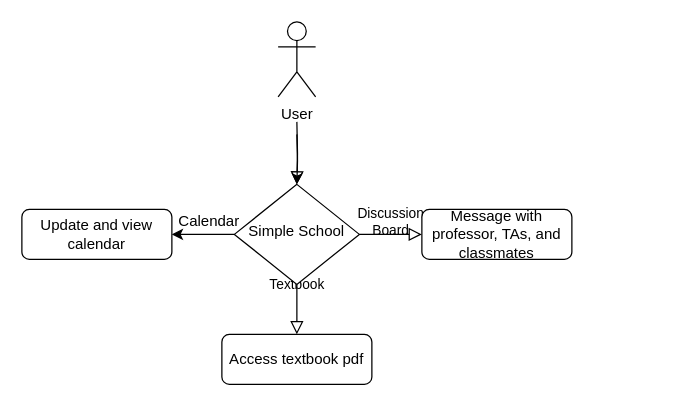
The draw.io diagram Design_Diagrams/SimpleSchoolHighLevelDiagram.drawio in vincentleone/SimpleSchool, before the edit. Source tidied: cells renumbered, new cells numbered last; positions are measured from the earlier drawing's top-left corner, leaving out a move shared by most shapes. Both pictures are drawn from the tidied source at 125%, with x=0, y=0 at pixel (21, 21).
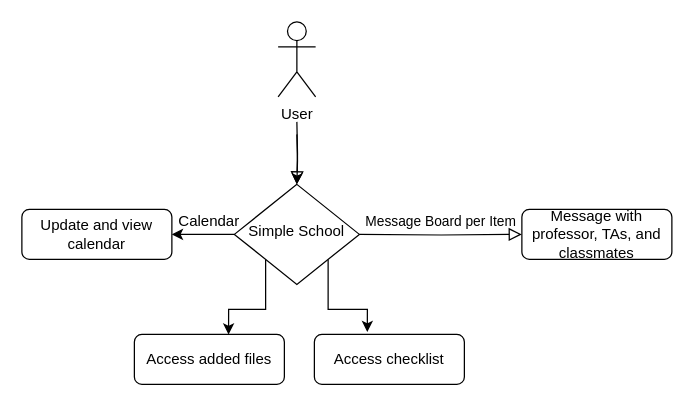
Above is the later version.

Diff of the diagram source:
```diff
@@
 <mxGraphModel>
   <root>
     <mxCell id="0" />
     <mxCell id="1" parent="0" />
-    <mxCell id="2" value="Discussion &lt;br&gt;Board" style="edgeStyle=orthogonalEdgeStyle;rounded=0;html=1;jettySize=auto;orthogonalLoop=1;fontSize=11;endArrow=block;endFill=0;endSize=8;strokeWidth=1;shadow=0;labelBackgroundColor=none;" parent="1" edge="1">
+    <mxCell id="2" value="Message Board per Item" style="edgeStyle=orthogonalEdgeStyle;rounded=0;html=1;jettySize=auto;fontSize=11;endArrow=block;endFill=0;endSize=8;strokeWidth=1;shadow=0;labelBackgroundColor=none;entryX=0;entryY=0.5;entryDx=0;entryDy=0;" parent="1" edge="1" target="7">
       <mxGeometry y="10" relative="1" as="geometry">
         <mxPoint x="270" y="170" as="sourcePoint" />
-        <mxPoint x="320" y="170" as="targetPoint" />
       </mxGeometry>
     </mxCell>
     <mxCell id="3" style="rounded=0;html=1;jettySize=auto;fontSize=11;endArrow=block;endFill=0;endSize=8;strokeWidth=1;shadow=0;labelBackgroundColor=none;edgeStyle=orthogonalEdgeStyle;" parent="1" edge="1" target="6">
       <mxGeometry relative="1" as="geometry">
         <mxPoint x="220" y="80" as="sourcePoint" />
       </mxGeometry>
     </mxCell>
-    <mxCell id="4" value="Textbook" style="rounded=0;html=1;jettySize=auto;fontSize=11;endArrow=block;endFill=0;endSize=8;strokeWidth=1;shadow=0;labelBackgroundColor=none;edgeStyle=orthogonalEdgeStyle;" parent="1" edge="1" source="6">
-      <mxGeometry y="20" relative="1" as="geometry">
-        <mxPoint x="220" y="250" as="targetPoint" />
-      </mxGeometry>
-    </mxCell>
     <mxCell id="5" style="edgeStyle=orthogonalEdgeStyle;rounded=0;jettySize=auto;html=1;" parent="1" edge="1" source="6" target="11">
       <mxGeometry relative="1" as="geometry" />
     </mxCell>
+    <mxCell id="13" style="edgeStyle=orthogonalEdgeStyle;rounded=0;jettySize=auto;html=1;exitX=0;exitY=1;exitDx=0;exitDy=0;entryX=0.628;entryY=0.003;entryDx=0;entryDy=0;entryPerimeter=0;" parent="1" edge="1" source="6" target="8">
+      <mxGeometry relative="1" as="geometry" />
+    </mxCell>
+    <mxCell id="14" style="edgeStyle=orthogonalEdgeStyle;rounded=0;jettySize=auto;html=1;exitX=1;exitY=1;exitDx=0;exitDy=0;entryX=0.353;entryY=-0.047;entryDx=0;entryDy=0;entryPerimeter=0;" parent="1" edge="1" source="6" target="15">
+      <mxGeometry relative="1" as="geometry" />
+    </mxCell>
     <mxCell id="6" value="Simple School" style="rhombus;whiteSpace=wrap;html=1;shadow=0;fontFamily=Helvetica;fontSize=12;align=center;strokeWidth=1;spacing=6;spacingTop=-4;" parent="1" vertex="1">
       <mxGeometry x="170" y="130" width="100" height="80" as="geometry" />
     </mxCell>
     <mxCell id="7" value="Message with professor, TAs, and classmates" style="rounded=1;whiteSpace=wrap;html=1;fontSize=12;glass=0;strokeWidth=1;shadow=0;" parent="1" vertex="1">
-      <mxGeometry x="320" y="150" width="120" height="40" as="geometry" />
+      <mxGeometry x="400" y="150" width="120" height="40" as="geometry" />
     </mxCell>
-    <mxCell id="8" value="Access textbook pdf" style="rounded=1;whiteSpace=wrap;html=1;fontSize=12;glass=0;strokeWidth=1;shadow=0;" parent="1" vertex="1">
-      <mxGeometry x="160" y="250" width="120" height="40" as="geometry" />
+    <mxCell id="8" value="Access added files" style="rounded=1;whiteSpace=wrap;html=1;fontSize=12;glass=0;strokeWidth=1;shadow=0;" parent="1" vertex="1">
+      <mxGeometry x="90" y="250" width="120" height="40" as="geometry" />
     </mxCell>
     <mxCell id="9" style="edgeStyle=orthogonalEdgeStyle;rounded=0;jettySize=auto;html=1;" parent="1" edge="1" target="6">
       <mxGeometry relative="1" as="geometry">
         <mxPoint x="220" y="90" as="sourcePoint" />
       </mxGeometry>
     </mxCell>
     <mxCell id="10" value="User" style="shape=umlActor;verticalLabelPosition=bottom;verticalAlign=top;html=1;" parent="1" vertex="1">
       <mxGeometry x="205" width="30" height="60" as="geometry" />
     </mxCell>
     <mxCell id="11" value="Update and view calendar" style="rounded=1;whiteSpace=wrap;html=1;fontSize=12;glass=0;strokeWidth=1;shadow=0;" parent="1" vertex="1">
       <mxGeometry y="150" width="120" height="40" as="geometry" />
     </mxCell>
     <mxCell id="12" value="Calendar" style="text;html=1;strokeColor=none;fillColor=none;align=center;verticalAlign=middle;whiteSpace=wrap;rounded=0;" parent="1" vertex="1">
       <mxGeometry x="130" y="150" width="40" height="20" as="geometry" />
     </mxCell>
+    <mxCell id="15" value="Access checklist" style="rounded=1;whiteSpace=wrap;html=1;fontSize=12;glass=0;strokeWidth=1;shadow=0;" parent="1" vertex="1">
+      <mxGeometry x="234" y="250" width="120" height="40" as="geometry" />
+    </mxCell>
   </root>
 </mxGraphModel>
```
